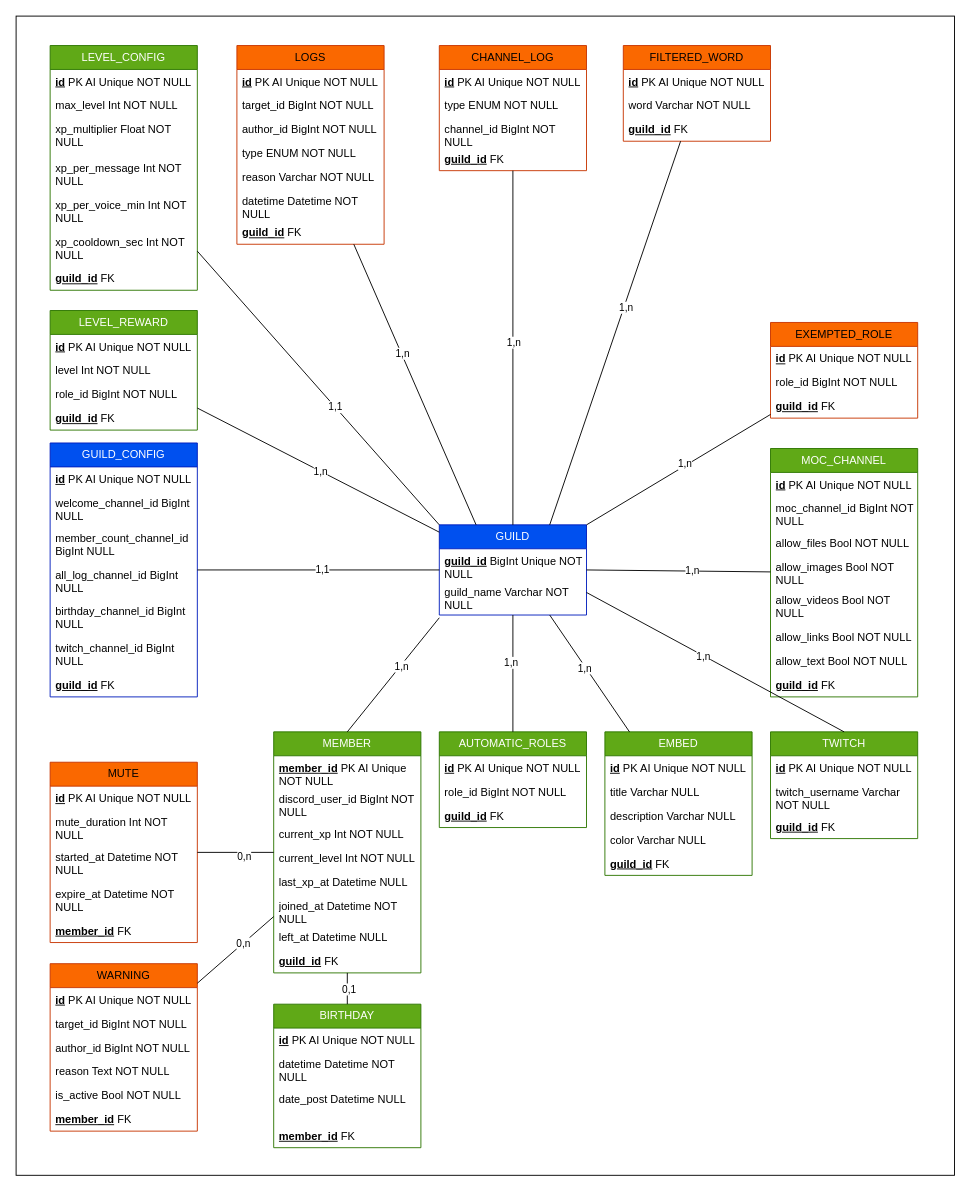
GwenaelS/CDA-Soutenance keeps this draw.io diagram as docs/Sprint 1/MPD - Wystrelia.drawio. Above is the earlier version. Source tidied: cells renumbered, new cells numbered last; positions are measured from the earlier drawing's top-left corner, leaving out a move shared by most shapes. Both pictures are drawn from the tidied source at 92%, with x=0, y=0 at pixel (16, 16).
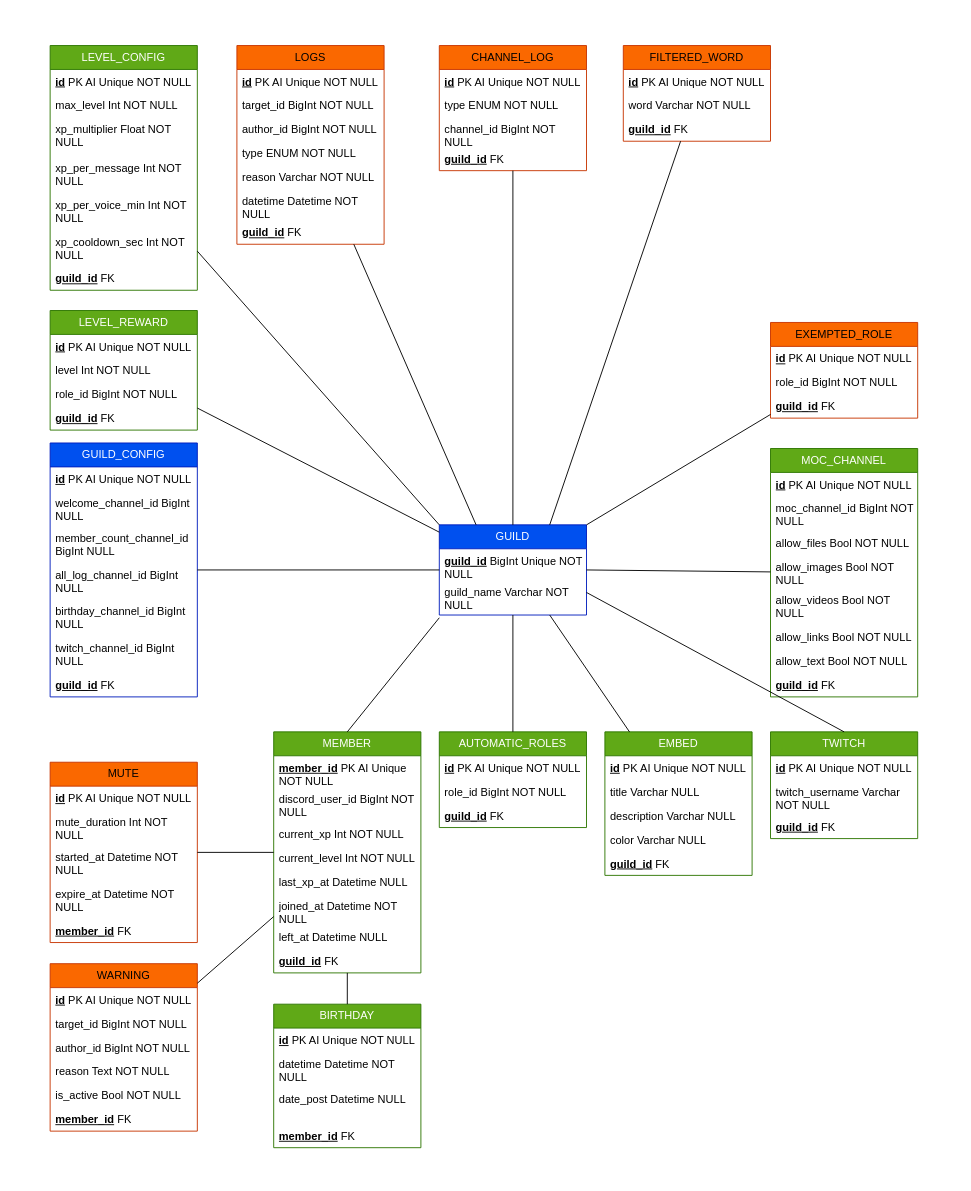
The same page after the edit.

Unchanged cells that the change refers to:
```xml
<mxCell id="92" style="endArrow=none;html=1;rounded=0;" parent="1" edge="1" source="30" target="3">
  <mxGeometry relative="1" as="geometry" />
</mxCell>
<mxCell id="100" style="endArrow=none;html=1;rounded=0;" parent="1" edge="1" source="83" target="3">
  <mxGeometry relative="1" as="geometry" />
</mxCell>
<mxCell id="102" style="endArrow=none;html=1;rounded=0;exitX=0;exitY=0;exitDx=0;exitDy=0;" parent="1" edge="1" source="3" target="42">
  <mxGeometry relative="1" as="geometry" />
</mxCell>
<mxCell id="104" style="endArrow=none;html=1;rounded=0;exitX=0.25;exitY=0;exitDx=0;exitDy=0;" parent="1" edge="1" source="3" target="17">
  <mxGeometry relative="1" as="geometry" />
</mxCell>
<mxCell id="106" style="endArrow=none;html=1;rounded=0;exitX=0.5;exitY=0;exitDx=0;exitDy=0;" parent="1" edge="1" source="3" target="25">
  <mxGeometry relative="1" as="geometry" />
</mxCell>
<mxCell id="108" style="endArrow=none;html=1;rounded=0;exitX=0.5;exitY=0;exitDx=0;exitDy=0;entryX=0;entryY=0.5;entryDx=0;entryDy=0;" parent="1" edge="1" source="50">
  <mxGeometry relative="1" as="geometry">
    <mxPoint x="460" y="654" as="targetPoint" />
  </mxGeometry>
</mxCell>
<mxCell id="110" style="endArrow=none;html=1;rounded=0;" parent="1" edge="1" source="94" target="50">
  <mxGeometry relative="1" as="geometry" />
</mxCell>
<mxCell id="112" style="endArrow=none;html=1;rounded=0;" parent="1" edge="1" source="10" target="50">
  <mxGeometry relative="1" as="geometry" />
</mxCell>
<mxCell id="114" style="endArrow=none;html=1;rounded=0;" parent="1" edge="1" source="50" target="78">
  <mxGeometry relative="1" as="geometry" />
</mxCell>
<mxCell id="116" style="endArrow=none;html=1;rounded=0;exitX=0.75;exitY=0;exitDx=0;exitDy=0;" parent="1" edge="1" source="3" target="6">
  <mxGeometry relative="1" as="geometry" />
</mxCell>
<mxCell id="118" style="endArrow=none;html=1;rounded=0;exitX=0.5;exitY=0;exitDx=0;exitDy=0;" parent="1" edge="1" source="38" target="3">
  <mxGeometry relative="1" as="geometry" />
</mxCell>
<mxCell id="120" style="endArrow=none;html=1;rounded=0;exitX=0.75;exitY=1;exitDx=0;exitDy=0;" parent="1" edge="1" source="3" target="59">
  <mxGeometry relative="1" as="geometry" />
</mxCell>
<mxCell id="122" style="endArrow=none;html=1;rounded=0;exitX=1;exitY=0;exitDx=0;exitDy=0;" parent="1" edge="1" source="3" target="88">
  <mxGeometry relative="1" as="geometry" />
</mxCell>
<mxCell id="124" style="endArrow=none;html=1;rounded=0;exitX=1;exitY=0.5;exitDx=0;exitDy=0;" parent="1" edge="1" source="3" target="65">
  <mxGeometry relative="1" as="geometry" />
</mxCell>
<mxCell id="126" style="endArrow=none;html=1;rounded=0;exitX=0.5;exitY=0;exitDx=0;exitDy=0;entryX=1;entryY=0.75;entryDx=0;entryDy=0;" parent="1" edge="1" source="74" target="3">
  <mxGeometry relative="1" as="geometry" />
</mxCell>
```

Change to the diagram source:
```diff
@@
-    <mxCell id="2" style="rounded=0;whiteSpace=wrap;html=1;" parent="1" vertex="1">
-      <mxGeometry width="1020" height="1260" as="geometry" />
-    </mxCell>
@@
-    <mxCell id="93" value="1,1" style="edgeLabel;html=1;align=center;verticalAlign=middle;" parent="92" vertex="1">
-      <mxGeometry x="0.09" relative="1" as="geometry">
-        <mxPoint x="-8" y="-1" as="offset" />
-      </mxGeometry>
-    </mxCell>
@@
-    <mxCell id="101" value="1,n" style="edgeLabel;html=1;align=center;verticalAlign=middle;" parent="100" vertex="1">
-      <mxGeometry x="0.41" y="1" relative="1" as="geometry">
-        <mxPoint x="-52" y="-26" as="offset" />
-      </mxGeometry>
-    </mxCell>
@@
-    <mxCell id="103" value="1,1" style="edgeLabel;html=1;align=center;verticalAlign=middle;" parent="102" vertex="1">
-      <mxGeometry x="-0.14" relative="1" as="geometry" />
-    </mxCell>
@@
-    <mxCell id="105" value="1,n" style="edgeLabel;html=1;align=center;verticalAlign=middle;" parent="104" vertex="1">
-      <mxGeometry x="-0.17" relative="1" as="geometry">
-        <mxPoint x="-25" y="-60" as="offset" />
-      </mxGeometry>
-    </mxCell>
@@
-    <mxCell id="107" value="1,n" style="edgeLabel;html=1;align=center;verticalAlign=middle;" parent="106" vertex="1">
-      <mxGeometry x="-0.53" relative="1" as="geometry">
-        <mxPoint y="-109" as="offset" />
-      </mxGeometry>
-    </mxCell>
@@
-    <mxCell id="109" value="1,n" style="edgeLabel;html=1;align=center;verticalAlign=middle;" parent="108" vertex="1">
-      <mxGeometry x="0.16" relative="1" as="geometry">
-        <mxPoint x="1" as="offset" />
-      </mxGeometry>
-    </mxCell>
@@
-    <mxCell id="111" value="0,n" style="edgeLabel;html=1;align=center;verticalAlign=middle;" parent="110" vertex="1">
-      <mxGeometry x="0.21" y="-4" relative="1" as="geometry" />
-    </mxCell>
@@
-    <mxCell id="113" value="0,n" style="edgeLabel;html=1;align=center;verticalAlign=middle;" parent="112" vertex="1">
-      <mxGeometry x="0.19" y="1" relative="1" as="geometry" />
-    </mxCell>
@@
-    <mxCell id="115" value="0,1" style="edgeLabel;html=1;align=center;verticalAlign=middle;" parent="114" vertex="1">
-      <mxGeometry y="1" relative="1" as="geometry" />
-    </mxCell>
@@
-    <mxCell id="117" value="1,n" style="edgeLabel;html=1;align=center;verticalAlign=middle;" parent="116" vertex="1">
-      <mxGeometry x="0.13" y="-2" relative="1" as="geometry">
-        <mxPoint y="-1" as="offset" />
-      </mxGeometry>
-    </mxCell>
@@
-    <mxCell id="119" value="1,n" style="edgeLabel;html=1;align=center;verticalAlign=middle;" parent="118" vertex="1">
-      <mxGeometry x="0.2" y="3" relative="1" as="geometry" />
-    </mxCell>
@@
-    <mxCell id="121" value="1,n" style="edgeLabel;html=1;align=center;verticalAlign=middle;" parent="120" vertex="1">
-      <mxGeometry x="-0.11" y="-2" relative="1" as="geometry">
-        <mxPoint x="1" as="offset" />
-      </mxGeometry>
-    </mxCell>
@@
-    <mxCell id="123" value="1,n" style="edgeLabel;html=1;align=center;verticalAlign=middle;" parent="122" vertex="1">
-      <mxGeometry x="0.07" y="2" relative="1" as="geometry" />
-    </mxCell>
@@
-    <mxCell id="125" value="1,n" style="edgeLabel;html=1;align=center;verticalAlign=middle;" parent="124" vertex="1">
-      <mxGeometry x="0.14" y="1" relative="1" as="geometry" />
-    </mxCell>
@@
-    <mxCell id="127" value="1,n" style="edgeLabel;html=1;align=center;verticalAlign=middle;" parent="126" vertex="1">
-      <mxGeometry x="0.09" relative="1" as="geometry" />
-    </mxCell>
```
